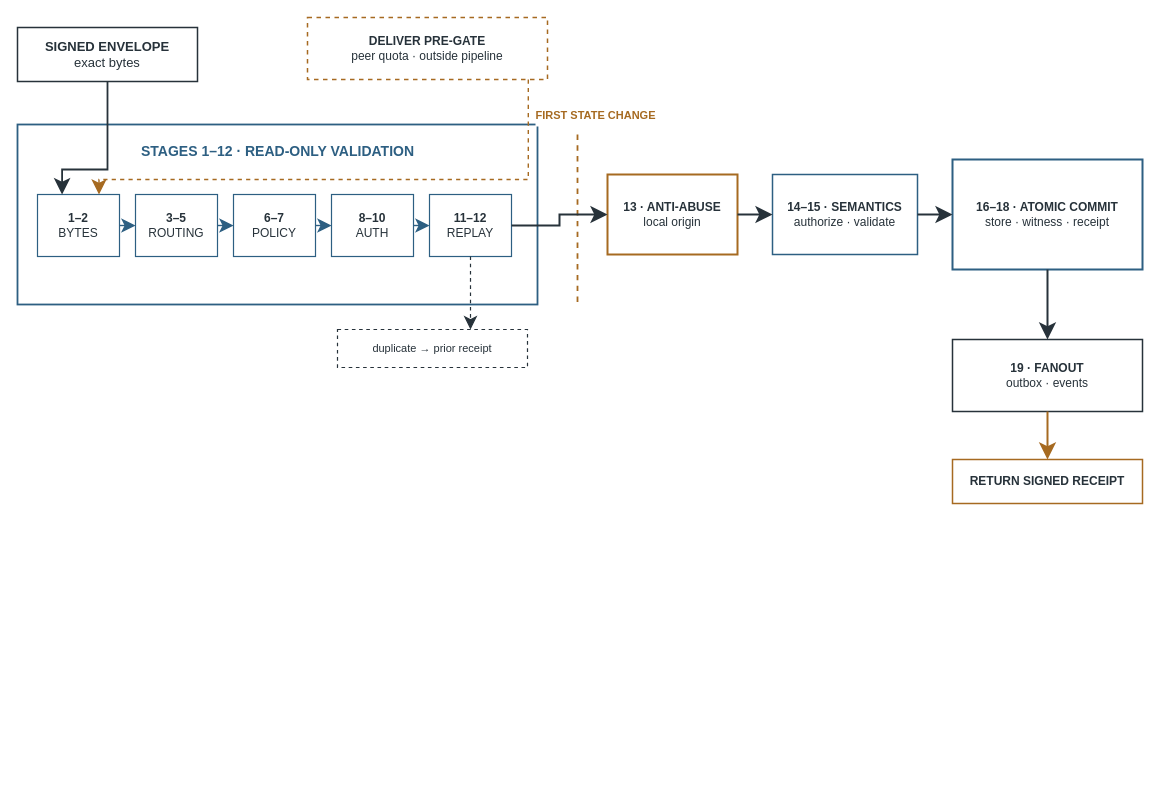
Earlier version of the draw.io diagram final-paper/IEEE-conference-template-062824/figures/drawio/admission-pipeline.drawio (tasmirz/jagoo-bahee). Source tidied: cells renumbered, new cells numbered last; positions are measured from the earlier drawing's top-left corner, leaving out a move shared by most shapes. Both pictures are drawn from the tidied source at 100%, with x=0, y=0 at pixel (17, 17).
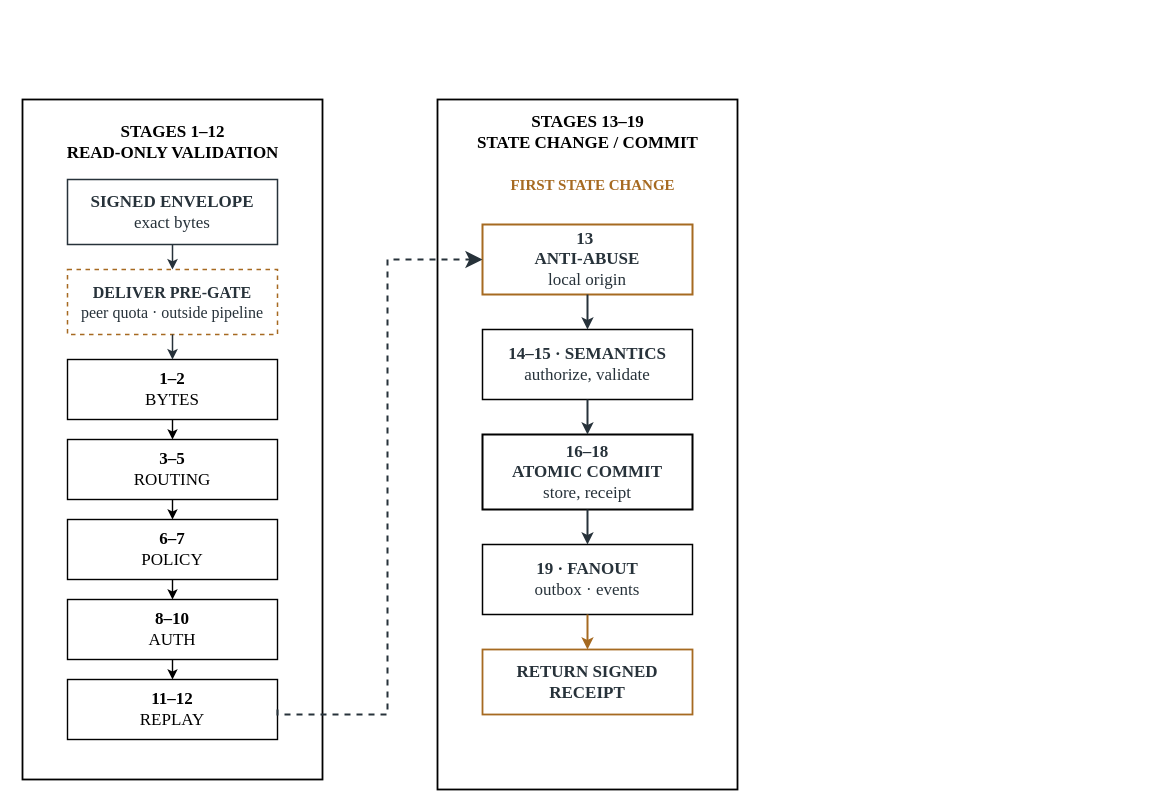
Above is the later version.

Change to the diagram source:
```diff
@@
+    <mxCell id="31" style="rounded=0;whiteSpace=wrap;html=1;strokeColor=#000000;strokeWidth=1.8;fillColor=#FFFFFF;fontFamily=Times New Roman;" parent="1" vertex="1">
+      <mxGeometry x="5" y="82" width="300" height="680" as="geometry" />
+    </mxCell>
+    <mxCell id="32" value="&lt;b&gt;STAGES 1–12&lt;br&gt;READ-ONLY VALIDATION&lt;/b&gt;" style="text;html=1;strokeColor=none;fillColor=none;fontFamily=Times New Roman;fontSize=17;fontStyle=1;fontColor=#000000;align=center;verticalAlign=middle;" parent="1" vertex="1">
+      <mxGeometry x="10" y="102" width="290" height="45" as="geometry" />
+    </mxCell>
-    <mxCell id="2" value="&lt;b&gt;SIGNED ENVELOPE&lt;/b&gt;&lt;br&gt;exact bytes" style="rounded=0;whiteSpace=wrap;html=1;strokeColor=#27323A;strokeWidth=1.5;fillColor=#FFFFFF;fontFamily=Helvetica;fontSize=13;fontColor=#27323A;align=center;verticalAlign=middle;" parent="1" vertex="1">
-      <mxGeometry y="10" width="180" height="54" as="geometry" />
+    <mxCell id="2" value="&lt;b&gt;SIGNED ENVELOPE&lt;/b&gt;&lt;br&gt;exact bytes" style="rounded=0;whiteSpace=wrap;html=1;strokeColor=#27323A;strokeWidth=1.5;fillColor=#FFFFFF;fontFamily=Times New Roman;fontSize=17;fontColor=#27323A;align=center;verticalAlign=middle;" parent="1" vertex="1">
+      <mxGeometry x="50" y="162" width="210" height="65" as="geometry" />
     </mxCell>
-    <mxCell id="3" value="&lt;b&gt;DELIVER PRE-GATE&lt;/b&gt;&lt;br&gt;peer quota · outside pipeline" style="rounded=0;whiteSpace=wrap;html=1;strokeColor=#A66A21;strokeWidth=1.5;dashed=1;fillColor=#FFFFFF;fontFamily=Helvetica;fontSize=12;fontColor=#27323A;align=center;verticalAlign=middle;" parent="1" vertex="1">
-      <mxGeometry x="290" width="240" height="62" as="geometry" />
+    <mxCell id="3" value="&lt;b&gt;DELIVER PRE-GATE&lt;/b&gt;&lt;br&gt;peer quota · outside pipeline" style="rounded=0;whiteSpace=wrap;html=1;strokeColor=#A66A21;strokeWidth=1.5;dashed=1;fillColor=#FFFFFF;fontFamily=Times New Roman;fontSize=16;fontColor=#27323A;align=center;verticalAlign=middle;" parent="1" vertex="1">
+      <mxGeometry x="50" y="252" width="210" height="65" as="geometry" />
     </mxCell>
-    <mxCell id="4" style="rounded=0;whiteSpace=wrap;html=1;strokeColor=#2D5F82;strokeWidth=1.8;fillColor=#FFFFFF;" parent="1" vertex="1">
-      <mxGeometry y="107" width="520" height="180" as="geometry" />
-    </mxCell>
-    <mxCell id="5" value="&lt;b&gt;STAGES 1–12 · READ-ONLY VALIDATION&lt;/b&gt;" style="text;html=1;strokeColor=none;fillColor=none;fontFamily=Helvetica;fontSize=14;fontStyle=1;fontColor=#2D5F82;align=center;verticalAlign=middle;" parent="1" vertex="1">
-      <mxGeometry x="20" y="122" width="480" height="24" as="geometry" />
-    </mxCell>
-    <mxCell id="6" value="&lt;b&gt;1–2&lt;/b&gt;&lt;br&gt;BYTES" style="rounded=0;whiteSpace=wrap;html=1;strokeColor=#2D5F82;strokeWidth=1.2;fillColor=#FFFFFF;fontFamily=Helvetica;fontSize=12;fontColor=#27323A;align=center;verticalAlign=middle;" parent="1" vertex="1">
-      <mxGeometry x="20" y="177" width="82" height="62" as="geometry" />
+    <mxCell id="6" value="&lt;b&gt;1–2&lt;/b&gt;&lt;br&gt;BYTES" style="rounded=0;whiteSpace=wrap;html=1;strokeColor=#000000;strokeWidth=1.4;fillColor=#FFFFFF;fontFamily=Times New Roman;fontSize=17;fontColor=#000000;align=center;verticalAlign=middle;" parent="1" vertex="1">
+      <mxGeometry x="50" y="342" width="210" height="60" as="geometry" />
     </mxCell>
-    <mxCell id="7" value="&lt;b&gt;3–5&lt;/b&gt;&lt;br&gt;ROUTING" style="rounded=0;whiteSpace=wrap;html=1;strokeColor=#2D5F82;strokeWidth=1.2;fillColor=#FFFFFF;fontFamily=Helvetica;fontSize=12;fontColor=#27323A;align=center;verticalAlign=middle;" parent="1" vertex="1">
-      <mxGeometry x="118" y="177" width="82" height="62" as="geometry" />
+    <mxCell id="7" value="&lt;b&gt;3–5&lt;/b&gt;&lt;br&gt;ROUTING" style="rounded=0;whiteSpace=wrap;html=1;strokeColor=#000000;strokeWidth=1.4;fillColor=#FFFFFF;fontFamily=Times New Roman;fontSize=17;fontColor=#000000;align=center;verticalAlign=middle;" parent="1" vertex="1">
+      <mxGeometry x="50" y="422" width="210" height="60" as="geometry" />
     </mxCell>
-    <mxCell id="8" value="&lt;b&gt;6–7&lt;/b&gt;&lt;br&gt;POLICY" style="rounded=0;whiteSpace=wrap;html=1;strokeColor=#2D5F82;strokeWidth=1.2;fillColor=#FFFFFF;fontFamily=Helvetica;fontSize=12;fontColor=#27323A;align=center;verticalAlign=middle;" parent="1" vertex="1">
-      <mxGeometry x="216" y="177" width="82" height="62" as="geometry" />
+    <mxCell id="8" value="&lt;b&gt;6–7&lt;/b&gt;&lt;br&gt;POLICY" style="rounded=0;whiteSpace=wrap;html=1;strokeColor=#000000;strokeWidth=1.4;fillColor=#FFFFFF;fontFamily=Times New Roman;fontSize=17;fontColor=#000000;align=center;verticalAlign=middle;" parent="1" vertex="1">
+      <mxGeometry x="50" y="502" width="210" height="60" as="geometry" />
     </mxCell>
-    <mxCell id="9" value="&lt;b&gt;8–10&lt;/b&gt;&lt;br&gt;AUTH" style="rounded=0;whiteSpace=wrap;html=1;strokeColor=#2D5F82;strokeWidth=1.2;fillColor=#FFFFFF;fontFamily=Helvetica;fontSize=12;fontColor=#27323A;align=center;verticalAlign=middle;" parent="1" vertex="1">
-      <mxGeometry x="314" y="177" width="82" height="62" as="geometry" />
+    <mxCell id="9" value="&lt;b&gt;8–10&lt;/b&gt;&lt;br&gt;AUTH" style="rounded=0;whiteSpace=wrap;html=1;strokeColor=#000000;strokeWidth=1.4;fillColor=#FFFFFF;fontFamily=Times New Roman;fontSize=17;fontColor=#000000;align=center;verticalAlign=middle;" parent="1" vertex="1">
+      <mxGeometry x="50" y="582" width="210" height="60" as="geometry" />
     </mxCell>
-    <mxCell id="10" value="&lt;b&gt;11–12&lt;/b&gt;&lt;br&gt;REPLAY" style="rounded=0;whiteSpace=wrap;html=1;strokeColor=#2D5F82;strokeWidth=1.2;fillColor=#FFFFFF;fontFamily=Helvetica;fontSize=12;fontColor=#27323A;align=center;verticalAlign=middle;" parent="1" vertex="1">
-      <mxGeometry x="412" y="177" width="82" height="62" as="geometry" />
+    <mxCell id="10" value="&lt;b&gt;11–12&lt;/b&gt;&lt;br&gt;REPLAY" style="rounded=0;whiteSpace=wrap;html=1;strokeColor=#000000;strokeWidth=1.4;fillColor=#FFFFFF;fontFamily=Times New Roman;fontSize=17;fontColor=#000000;align=center;verticalAlign=middle;" parent="1" vertex="1">
+      <mxGeometry x="50" y="662" width="210" height="60" as="geometry" />
     </mxCell>
+    <mxCell id="33" style="rounded=0;whiteSpace=wrap;html=1;strokeColor=#000000;strokeWidth=1.8;fillColor=#FFFFFF;fontFamily=Times New Roman;" parent="1" vertex="1">
+      <mxGeometry x="420" y="82" width="300" height="690" as="geometry" />
+    </mxCell>
+    <mxCell id="34" value="&lt;b&gt;STAGES 13–19&lt;br&gt;STATE CHANGE / COMMIT&lt;/b&gt;" style="text;html=1;strokeColor=none;fillColor=none;fontFamily=Times New Roman;fontSize=17;fontStyle=1;fontColor=#000000;align=center;verticalAlign=middle;" parent="1" vertex="1">
+      <mxGeometry x="425" y="92" width="290" height="45" as="geometry" />
+    </mxCell>
+    <mxCell id="19" value="&lt;b&gt;FIRST STATE CHANGE&lt;/b&gt;" style="text;html=1;strokeColor=none;fillColor=#FFFFFF;fontFamily=Times New Roman;fontSize=15;fontStyle=1;fontColor=#A66A21;align=center;verticalAlign=middle;" parent="1" vertex="1">
+      <mxGeometry x="450" y="152" width="250" height="30" as="geometry" />
+    </mxCell>
+    <mxCell id="35" value="&lt;b&gt;13&amp;nbsp;&lt;/b&gt;&lt;div&gt;&lt;b&gt;ANTI-ABUSE&lt;/b&gt;&lt;br&gt;local origin&lt;/div&gt;" style="rounded=0;whiteSpace=wrap;html=1;strokeColor=#A66A21;strokeWidth=2;fillColor=#FFFFFF;fontFamily=Times New Roman;fontSize=17;fontColor=#27323A;align=center;verticalAlign=middle;" parent="1" vertex="1">
+      <mxGeometry x="465" y="207" width="210" height="70" as="geometry" />
+    </mxCell>
+    <mxCell id="36" value="&lt;b&gt;14–15 · SEMANTICS&lt;/b&gt;&lt;br&gt;authorize, validate" style="rounded=0;whiteSpace=wrap;html=1;strokeColor=#000000;strokeWidth=1.5;fillColor=#FFFFFF;fontFamily=Times New Roman;fontSize=17;fontColor=#27323A;align=center;verticalAlign=middle;" parent="1" vertex="1">
+      <mxGeometry x="465" y="312" width="210" height="70" as="geometry" />
+    </mxCell>
+    <mxCell id="37" value="&lt;b&gt;16–18&lt;/b&gt;&lt;br&gt;&lt;b&gt;ATOMIC COMMIT&lt;/b&gt;&lt;br&gt;store, receipt" style="rounded=0;whiteSpace=wrap;html=1;strokeColor=#000000;strokeWidth=2;fillColor=#FFFFFF;fontFamily=Times New Roman;fontSize=17;fontColor=#27323A;align=center;verticalAlign=middle;" parent="1" vertex="1">
+      <mxGeometry x="465" y="417" width="210" height="75" as="geometry" />
+    </mxCell>
+    <mxCell id="24" value="&lt;b&gt;19 · FANOUT&lt;/b&gt;&lt;br&gt;outbox · events" style="rounded=0;whiteSpace=wrap;html=1;strokeColor=#000000;strokeWidth=1.5;fillColor=#FFFFFF;fontFamily=Times New Roman;fontSize=17;fontColor=#27323A;align=center;verticalAlign=middle;" parent="1" vertex="1">
+      <mxGeometry x="465" y="527" width="210" height="70" as="geometry" />
+    </mxCell>
+    <mxCell id="25" value="&lt;b&gt;RETURN SIGNED RECEIPT&lt;/b&gt;" style="rounded=0;whiteSpace=wrap;html=1;strokeColor=#A66A21;strokeWidth=1.8;fillColor=#FFFFFF;fontFamily=Times New Roman;fontSize=17;fontColor=#27323A;align=center;verticalAlign=middle;" parent="1" vertex="1">
+      <mxGeometry x="465" y="632" width="210" height="65" as="geometry" />
+    </mxCell>
+    <mxCell id="38" style="edgeStyle=orthogonalEdgeStyle;rounded=0;html=1;strokeColor=#27323A;strokeWidth=1.5;endArrow=classic;endFill=1;exitX=0.5;exitY=1;entryX=0.5;entryY=0;fontFamily=Times New Roman;" parent="1" edge="1" source="2" target="3">
+      <mxGeometry relative="1" as="geometry" />
+    </mxCell>
+    <mxCell id="16" style="edgeStyle=orthogonalEdgeStyle;rounded=0;html=1;strokeColor=#27323A;strokeWidth=1.5;endArrow=classic;endFill=1;exitX=0.5;exitY=1;entryX=0.5;entryY=0;fontFamily=Times New Roman;" parent="1" edge="1" source="3" target="6">
+      <mxGeometry relative="1" as="geometry" />
+    </mxCell>
-    <mxCell id="11" style="edgeStyle=orthogonalEdgeStyle;rounded=0;html=1;strokeColor=#2D5F82;strokeWidth=1.4;endArrow=classic;endFill=1;endSize=10;exitX=1;exitY=0.5;entryX=0;entryY=0.5;" parent="1" edge="1" source="6" target="7">
+    <mxCell id="11" style="edgeStyle=orthogonalEdgeStyle;rounded=0;html=1;strokeColor=#000000;strokeWidth=1.4;endArrow=classic;endFill=1;exitX=0.5;exitY=1;entryX=0.5;entryY=0;fontFamily=Times New Roman;" parent="1" edge="1" source="6" target="7">
       <mxGeometry relative="1" as="geometry" />
     </mxCell>
-    <mxCell id="12" style="edgeStyle=orthogonalEdgeStyle;rounded=0;html=1;strokeColor=#2D5F82;strokeWidth=1.4;endArrow=classic;endFill=1;endSize=10;exitX=1;exitY=0.5;entryX=0;entryY=0.5;" parent="1" edge="1" source="7" target="8">
+    <mxCell id="12" style="edgeStyle=orthogonalEdgeStyle;rounded=0;html=1;strokeColor=#000000;strokeWidth=1.4;endArrow=classic;endFill=1;exitX=0.5;exitY=1;entryX=0.5;entryY=0;fontFamily=Times New Roman;" parent="1" edge="1" source="7" target="8">
       <mxGeometry relative="1" as="geometry" />
     </mxCell>
-    <mxCell id="13" style="edgeStyle=orthogonalEdgeStyle;rounded=0;html=1;strokeColor=#2D5F82;strokeWidth=1.4;endArrow=classic;endFill=1;endSize=10;exitX=1;exitY=0.5;entryX=0;entryY=0.5;" parent="1" edge="1" source="8" target="9">
+    <mxCell id="13" style="edgeStyle=orthogonalEdgeStyle;rounded=0;html=1;strokeColor=#000000;strokeWidth=1.4;endArrow=classic;endFill=1;exitX=0.5;exitY=1;entryX=0.5;entryY=0;fontFamily=Times New Roman;" parent="1" edge="1" source="8" target="9">
       <mxGeometry relative="1" as="geometry" />
     </mxCell>
-    <mxCell id="14" style="edgeStyle=orthogonalEdgeStyle;rounded=0;html=1;strokeColor=#2D5F82;strokeWidth=1.4;endArrow=classic;endFill=1;endSize=10;exitX=1;exitY=0.5;entryX=0;entryY=0.5;" parent="1" edge="1" source="9" target="10">
+    <mxCell id="14" style="edgeStyle=orthogonalEdgeStyle;rounded=0;html=1;strokeColor=#000000;strokeWidth=1.4;endArrow=classic;endFill=1;exitX=0.5;exitY=1;entryX=0.5;entryY=0;fontFamily=Times New Roman;" parent="1" edge="1" source="9" target="10">
       <mxGeometry relative="1" as="geometry" />
     </mxCell>
-    <mxCell id="15" style="edgeStyle=orthogonalEdgeStyle;rounded=0;html=1;strokeColor=#27323A;strokeWidth=1.8;endArrow=classic;endFill=1;endSize=11;exitX=0.5;exitY=1;entryX=0.3;entryY=0;" parent="1" edge="1" source="2" target="6">
-      <mxGeometry relative="1" as="geometry">
-        <Array as="points">
-          <mxPoint x="90" y="152" />
-          <mxPoint x="45" y="152" />
-        </Array>
-      </mxGeometry>
-    </mxCell>
-    <mxCell id="16" style="edgeStyle=orthogonalEdgeStyle;rounded=0;html=1;strokeColor=#A66A21;strokeWidth=1.4;dashed=1;endArrow=classic;endFill=1;endSize=11;exitX=0.92;exitY=1;entryX=0.75;entryY=0;" parent="1" edge="1" source="3" target="6">
-      <mxGeometry relative="1" as="geometry">
-        <Array as="points">
-          <mxPoint x="510" y="162" />
-          <mxPoint x="82" y="162" />
-        </Array>
-      </mxGeometry>
-    </mxCell>
-    <mxCell id="17" value="duplicate → prior receipt" style="rounded=0;whiteSpace=wrap;html=1;strokeColor=#27323A;strokeWidth=1.2;dashed=1;fillColor=#FFFFFF;fontFamily=Helvetica;fontSize=11;fontColor=#27323A;align=center;verticalAlign=middle;" parent="1" vertex="1">
-      <mxGeometry x="320" y="312" width="190" height="38" as="geometry" />
-    </mxCell>
-    <mxCell id="18" style="edgeStyle=orthogonalEdgeStyle;rounded=0;html=1;strokeColor=#27323A;strokeWidth=1.2;dashed=1;endArrow=classic;endFill=1;endSize=10;exitX=0.5;exitY=1;entryX=0.7;entryY=0;" parent="1" edge="1" source="10" target="17">
-      <mxGeometry relative="1" as="geometry" />
-    </mxCell>
-    <mxCell id="19" value="FIRST STATE CHANGE" style="text;html=1;strokeColor=none;fillColor=#FFFFFF;fontFamily=Helvetica;fontSize=11;fontStyle=1;fontColor=#A66A21;align=center;verticalAlign=middle;" parent="1" vertex="1">
-      <mxGeometry x="518" y="87" width="120" height="22" as="geometry" />
-    </mxCell>
-    <mxCell id="20" style="edgeStyle=none;rounded=0;html=1;strokeColor=#A66A21;strokeWidth=1.8;dashed=1;startArrow=none;endArrow=none;" parent="1" edge="1">
-      <mxGeometry relative="1" as="geometry">
-        <mxPoint x="560" y="117" as="sourcePoint" />
-        <mxPoint x="560" y="287" as="targetPoint" />
-      </mxGeometry>
-    </mxCell>
-    <mxCell id="21" value="&lt;b&gt;13 · ANTI-ABUSE&lt;/b&gt;&lt;br&gt;local origin" style="rounded=0;whiteSpace=wrap;html=1;strokeColor=#A66A21;strokeWidth=2;fillColor=#FFFFFF;fontFamily=Helvetica;fontSize=12;fontColor=#27323A;align=center;verticalAlign=middle;" parent="1" vertex="1">
-      <mxGeometry x="590" y="157" width="130" height="80" as="geometry" />
-    </mxCell>
-    <mxCell id="22" value="&lt;b&gt;14–15 · SEMANTICS&lt;/b&gt;&lt;br&gt;authorize · validate" style="rounded=0;whiteSpace=wrap;html=1;strokeColor=#2D5F82;strokeWidth=1.5;fillColor=#FFFFFF;fontFamily=Helvetica;fontSize=12;fontColor=#27323A;align=center;verticalAlign=middle;" parent="1" vertex="1">
-      <mxGeometry x="755" y="157" width="145" height="80" as="geometry" />
-    </mxCell>
-    <mxCell id="23" value="&lt;b&gt;16–18 · ATOMIC COMMIT&lt;/b&gt;&lt;br&gt;store · witness · receipt" style="rounded=0;whiteSpace=wrap;html=1;strokeColor=#2D5F82;strokeWidth=2;fillColor=#FFFFFF;fontFamily=Helvetica;fontSize=12;fontColor=#27323A;align=center;verticalAlign=middle;" parent="1" vertex="1">
-      <mxGeometry x="935" y="142" width="190" height="110" as="geometry" />
-    </mxCell>
-    <mxCell id="24" value="&lt;b&gt;19 · FANOUT&lt;/b&gt;&lt;br&gt;outbox · events" style="rounded=0;whiteSpace=wrap;html=1;strokeColor=#27323A;strokeWidth=1.5;fillColor=#FFFFFF;fontFamily=Helvetica;fontSize=12;fontColor=#27323A;align=center;verticalAlign=middle;" parent="1" vertex="1">
-      <mxGeometry x="935" y="322" width="190" height="72" as="geometry" />
-    </mxCell>
-    <mxCell id="25" value="&lt;b&gt;RETURN SIGNED RECEIPT&lt;/b&gt;" style="rounded=0;whiteSpace=wrap;html=1;strokeColor=#A66A21;strokeWidth=1.5;fillColor=#FFFFFF;fontFamily=Helvetica;fontSize=12;fontColor=#27323A;align=center;verticalAlign=middle;" parent="1" vertex="1">
-      <mxGeometry x="935" y="442" width="190" height="44" as="geometry" />
-    </mxCell>
-    <mxCell id="26" style="edgeStyle=orthogonalEdgeStyle;rounded=0;html=1;strokeColor=#27323A;strokeWidth=2;endArrow=classic;endFill=1;endSize=11;exitX=1;exitY=0.5;entryX=0;entryY=0.5;" parent="1" edge="1" source="10" target="21">
-      <mxGeometry relative="1" as="geometry" />
-    </mxCell>
-    <mxCell id="27" style="edgeStyle=orthogonalEdgeStyle;rounded=0;html=1;strokeColor=#27323A;strokeWidth=2;endArrow=classic;endFill=1;endSize=11;exitX=1;exitY=0.5;entryX=0;entryY=0.5;" parent="1" edge="1" source="21" target="22">
-      <mxGeometry relative="1" as="geometry" />
-    </mxCell>
-    <mxCell id="28" style="edgeStyle=orthogonalEdgeStyle;rounded=0;html=1;strokeColor=#27323A;strokeWidth=2;endArrow=classic;endFill=1;endSize=11;exitX=1;exitY=0.5;entryX=0;entryY=0.5;" parent="1" edge="1" source="22" target="23">
-      <mxGeometry relative="1" as="geometry" />
-    </mxCell>
-    <mxCell id="29" style="edgeStyle=orthogonalEdgeStyle;rounded=0;html=1;strokeColor=#27323A;strokeWidth=2;endArrow=classic;endFill=1;endSize=11;exitX=0.5;exitY=1;entryX=0.5;entryY=0;" parent="1" edge="1" source="23" target="24">
-      <mxGeometry relative="1" as="geometry" />
-    </mxCell>
+    <mxCell id="39" style="edgeStyle=orthogonalEdgeStyle;rounded=0;html=1;strokeColor=#27323A;strokeWidth=2;endArrow=classic;endFill=1;endSize=11;exitX=1;exitY=0.5;entryX=0;entryY=0.5;dashed=1;fontFamily=Times New Roman;" parent="1" edge="1" source="10" target="35">
+      <mxGeometry relative="1" as="geometry">
+        <Array as="points">
+          <mxPoint x="260" y="697" />
+          <mxPoint x="370" y="697" />
+          <mxPoint x="370" y="242" />
+        </Array>
+      </mxGeometry>
+    </mxCell>
+    <mxCell id="40" style="edgeStyle=orthogonalEdgeStyle;rounded=0;html=1;strokeColor=#27323A;strokeWidth=2;endArrow=classic;endFill=1;exitX=0.5;exitY=1;entryX=0.5;entryY=0;fontFamily=Times New Roman;" parent="1" edge="1" source="35" target="36">
+      <mxGeometry relative="1" as="geometry" />
+    </mxCell>
+    <mxCell id="41" style="edgeStyle=orthogonalEdgeStyle;rounded=0;html=1;strokeColor=#27323A;strokeWidth=2;endArrow=classic;endFill=1;exitX=0.5;exitY=1;entryX=0.5;entryY=0;fontFamily=Times New Roman;" parent="1" edge="1" source="36" target="37">
+      <mxGeometry relative="1" as="geometry" />
+    </mxCell>
+    <mxCell id="42" style="edgeStyle=orthogonalEdgeStyle;rounded=0;html=1;strokeColor=#27323A;strokeWidth=2;endArrow=classic;endFill=1;exitX=0.5;exitY=1;entryX=0.5;entryY=0;fontFamily=Times New Roman;" parent="1" edge="1" source="37" target="24">
+      <mxGeometry relative="1" as="geometry" />
+    </mxCell>
-    <mxCell id="30" style="edgeStyle=orthogonalEdgeStyle;rounded=0;html=1;strokeColor=#A66A21;strokeWidth=2;endArrow=classic;endFill=1;endSize=11;exitX=0.5;exitY=1;entryX=0.5;entryY=0;" parent="1" edge="1" source="24" target="25">
+    <mxCell id="30" style="edgeStyle=orthogonalEdgeStyle;rounded=0;html=1;strokeColor=#A66A21;strokeWidth=2;endArrow=classic;endFill=1;exitX=0.5;exitY=1;entryX=0.5;entryY=0;fontFamily=Times New Roman;" parent="1" edge="1" source="24" target="25">
       <mxGeometry relative="1" as="geometry" />
     </mxCell>
```
